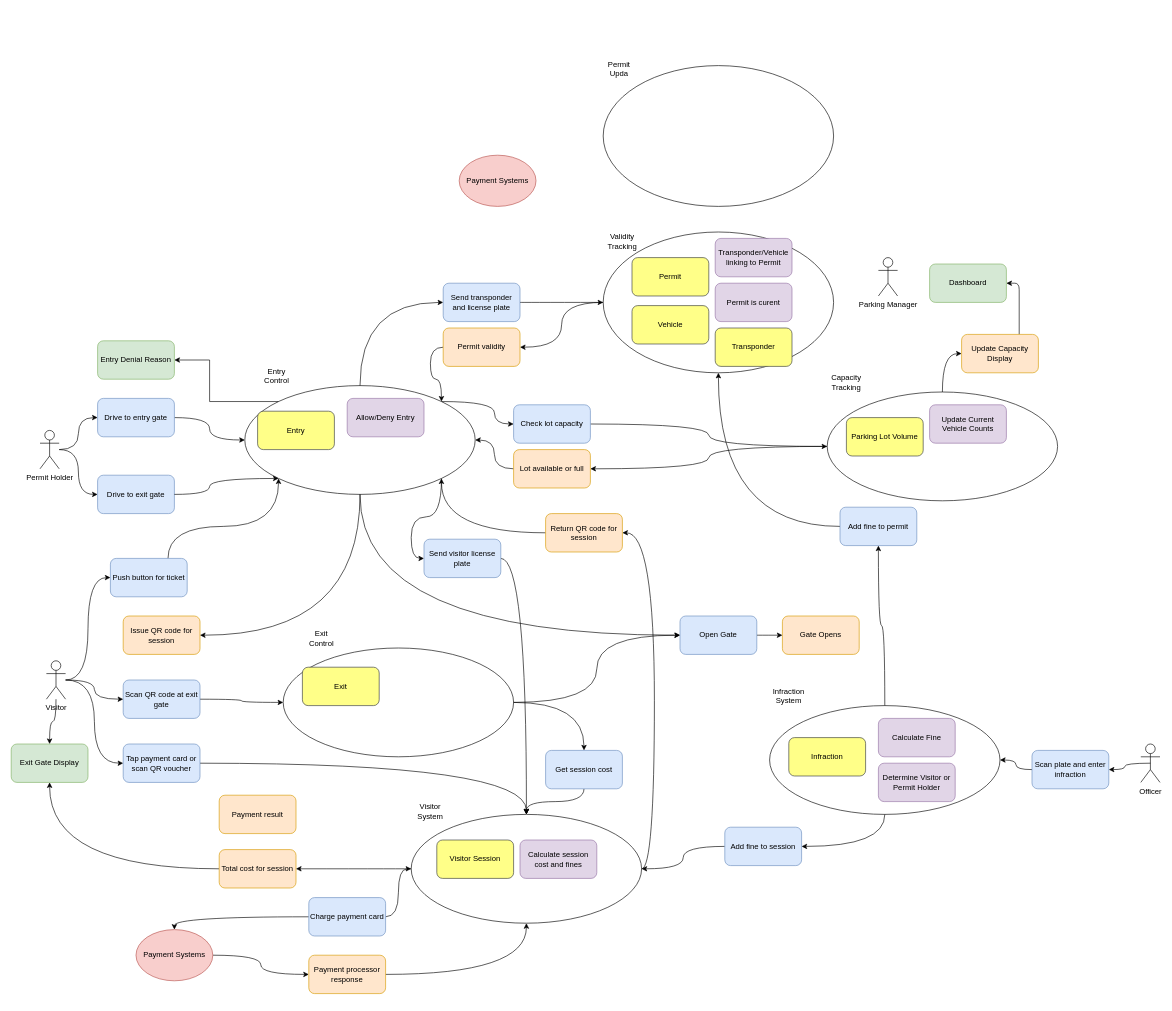
Before: mvp.drawio in harwoodr/drawio, a draw.io diagram. Source tidied: cells renumbered, new cells numbered last; positions are measured from the earlier drawing's top-left corner, leaving out a move shared by most shapes. Both pictures are drawn from the tidied source at 64%, with x=0, y=0 at pixel (11, 59).
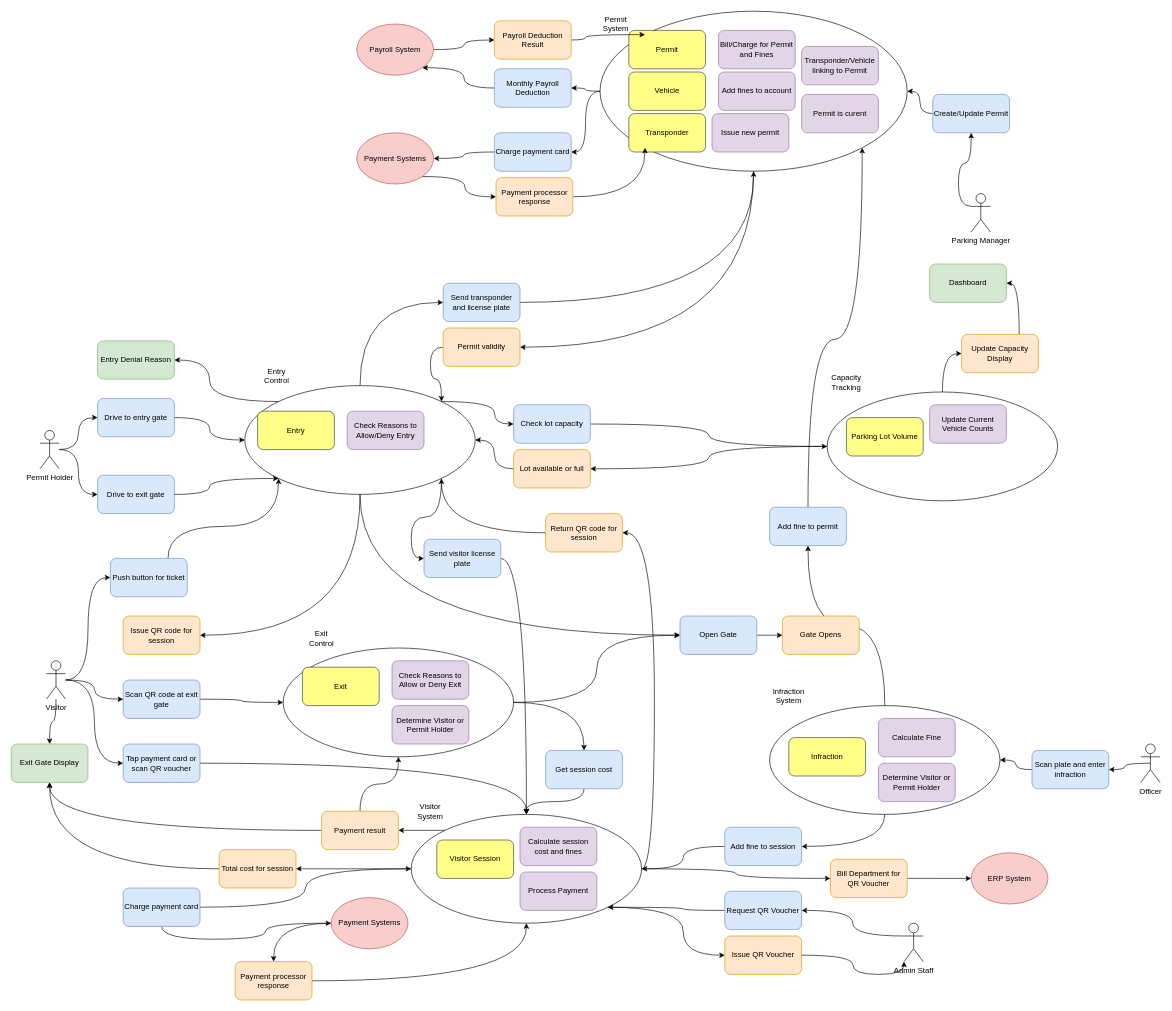
Above is the later version.

The change refers to these unchanged cells:
```xml
<mxCell id="11" style="ellipse;whiteSpace=wrap;html=1;fillColor=none;rounded=1;" parent="1" vertex="1">
  <mxGeometry x="365" y="510" width="360" height="170" as="geometry" />
</mxCell>
<mxCell id="13" style="ellipse;whiteSpace=wrap;html=1;fillColor=none;rounded=1;" parent="1" vertex="1">
  <mxGeometry x="625" y="1180" width="360" height="170" as="geometry" />
</mxCell>
<mxCell id="28" value="Exit Gate Display" style="rounded=1;whiteSpace=wrap;html=1;fillColor=#d5e8d4;strokeColor=#82b366;" parent="1" vertex="1">
  <mxGeometry y="1070" width="120" height="60" as="geometry" />
</mxCell>
<mxCell id="46" value="Send transponder and license plate" style="rounded=1;whiteSpace=wrap;html=1;fillColor=#dae8fc;strokeColor=#6c8ebf;" parent="1" vertex="1">
  <mxGeometry x="675" y="350" width="120" height="60" as="geometry" />
</mxCell>
<mxCell id="48" style="ellipse;whiteSpace=wrap;html=1;fillColor=none;rounded=1;" parent="1" vertex="1">
  <mxGeometry x="425" y="920" width="360" height="170" as="geometry" />
</mxCell>
<mxCell id="54" value="Permit validity" style="rounded=1;whiteSpace=wrap;html=1;fillColor=#ffe6cc;strokeColor=#d79b00;" parent="1" vertex="1">
  <mxGeometry x="675" y="420" width="120" height="60" as="geometry" />
</mxCell>
<mxCell id="69" value="Dashboard" style="rounded=1;whiteSpace=wrap;html=1;fillColor=#d5e8d4;strokeColor=#82b366;" parent="1" vertex="1">
  <mxGeometry x="1435" y="320" width="120" height="60" as="geometry" />
</mxCell>
<mxCell id="71" value="Update Capacity Display" style="rounded=1;whiteSpace=wrap;html=1;fillColor=#ffe6cc;strokeColor=#d79b00;" parent="1" vertex="1">
  <mxGeometry x="1485" y="430" width="120" height="60" as="geometry" />
</mxCell>
<mxCell id="100" value="Entry Denial Reason" style="rounded=1;whiteSpace=wrap;html=1;fillColor=#d5e8d4;strokeColor=#82b366;" parent="1" vertex="1">
  <mxGeometry x="135" y="440" width="120" height="60" as="geometry" />
</mxCell>
```

Change to the diagram source:
```diff
@@
+    <mxCell id="107" style="edgeStyle=orthogonalEdgeStyle;rounded=0;jettySize=auto;html=1;exitX=0;exitY=0.5;exitDx=0;exitDy=0;entryX=1;entryY=0.5;entryDx=0;entryDy=0;curved=1;" parent="1" edge="1" source="105" target="125">
+      <mxGeometry relative="1" as="geometry" />
+    </mxCell>
+    <mxCell id="108" style="edgeStyle=orthogonalEdgeStyle;rounded=0;jettySize=auto;html=1;exitX=0;exitY=0.5;exitDx=0;exitDy=0;entryX=1;entryY=0.5;entryDx=0;entryDy=0;curved=1;" parent="1" edge="1" source="105" target="129">
+      <mxGeometry relative="1" as="geometry" />
+    </mxCell>
+    <mxCell id="109" style="edgeStyle=orthogonalEdgeStyle;rounded=0;jettySize=auto;html=1;exitX=0.5;exitY=1;exitDx=0;exitDy=0;entryX=1;entryY=0.5;entryDx=0;entryDy=0;curved=1;" parent="1" edge="1" source="105" target="54">
+      <mxGeometry relative="1" as="geometry" />
+    </mxCell>
+    <mxCell id="105" style="ellipse;whiteSpace=wrap;html=1;fillColor=none;rounded=1;" parent="1" vertex="1">
+      <mxGeometry x="920" y="-75" width="480" height="250" as="geometry" />
+    </mxCell>
@@
-    <mxCell id="4" style="edgeStyle=orthogonalEdgeStyle;rounded=1;jettySize=auto;html=1;exitX=0;exitY=0.5;exitDx=0;exitDy=0;entryX=1;entryY=0.5;entryDx=0;entryDy=0;curved=1;" parent="1" edge="1" source="5" target="54">
-      <mxGeometry relative="1" as="geometry" />
-    </mxCell>
-    <mxCell id="5" style="ellipse;whiteSpace=wrap;html=1;fillColor=none;rounded=1;" parent="1" vertex="1">
-      <mxGeometry x="925" y="270" width="360" height="220" as="geometry" />
-    </mxCell>
@@
-    <mxCell id="10" style="edgeStyle=orthogonalEdgeStyle;rounded=0;jettySize=auto;html=1;exitX=0;exitY=0;exitDx=0;exitDy=0;entryX=1;entryY=0.5;entryDx=0;entryDy=0;" parent="1" edge="1" source="11" target="100">
+    <mxCell id="10" style="edgeStyle=orthogonalEdgeStyle;rounded=0;jettySize=auto;html=1;exitX=0;exitY=0;exitDx=0;exitDy=0;entryX=1;entryY=0.5;entryDx=0;entryDy=0;curved=1;" parent="1" edge="1" source="11" target="100">
       <mxGeometry relative="1" as="geometry" />
     </mxCell>
@@
+    <mxCell id="110" style="edgeStyle=orthogonalEdgeStyle;rounded=0;jettySize=auto;html=1;exitX=0;exitY=0;exitDx=0;exitDy=0;entryX=1;entryY=0.5;entryDx=0;entryDy=0;curved=1;" parent="1" edge="1" source="13" target="91">
+      <mxGeometry relative="1" as="geometry" />
+    </mxCell>
+    <mxCell id="111" style="edgeStyle=orthogonalEdgeStyle;rounded=0;jettySize=auto;html=1;exitX=1;exitY=1;exitDx=0;exitDy=0;entryX=0;entryY=0.5;entryDx=0;entryDy=0;curved=1;" parent="1" edge="1" source="13" target="139">
+      <mxGeometry relative="1" as="geometry" />
+    </mxCell>
+    <mxCell id="112" style="edgeStyle=orthogonalEdgeStyle;rounded=0;jettySize=auto;html=1;exitX=1;exitY=0.5;exitDx=0;exitDy=0;entryX=0;entryY=0.5;entryDx=0;entryDy=0;curved=1;" parent="1" edge="1" source="13" target="143">
+      <mxGeometry relative="1" as="geometry" />
+    </mxCell>
@@
-    <mxCell id="43" style="edgeStyle=orthogonalEdgeStyle;rounded=1;jettySize=auto;html=1;exitX=1;exitY=0.5;exitDx=0;exitDy=0;entryX=0;entryY=0.5;entryDx=0;entryDy=0;curved=1;" parent="1" edge="1" source="44" target="90">
+    <mxCell id="43" style="edgeStyle=orthogonalEdgeStyle;rounded=0;jettySize=auto;html=1;exitX=0;exitY=0.5;exitDx=0;exitDy=0;entryX=0.5;entryY=0;entryDx=0;entryDy=0;curved=1;" parent="1" edge="1" source="44" target="90">
       <mxGeometry relative="1" as="geometry" />
     </mxCell>
     <mxCell id="44" value="Payment Systems" style="ellipse;whiteSpace=wrap;html=1;fillColor=#f8cecc;strokeColor=#b85450;rounded=1;" parent="1" vertex="1">
-      <mxGeometry x="195" y="1360" width="120" height="80" as="geometry" />
+      <mxGeometry x="500" y="1310" width="120" height="80" as="geometry" />
     </mxCell>
-    <mxCell id="45" style="edgeStyle=orthogonalEdgeStyle;rounded=1;jettySize=auto;html=1;exitX=1;exitY=0.5;exitDx=0;exitDy=0;curved=1;" parent="1" edge="1" source="46" target="5">
+    <mxCell id="45" style="edgeStyle=orthogonalEdgeStyle;rounded=1;jettySize=auto;html=1;exitX=1;exitY=0.5;exitDx=0;exitDy=0;curved=1;entryX=0.5;entryY=1;entryDx=0;entryDy=0;" parent="1" edge="1" source="46" target="105">
       <mxGeometry relative="1" as="geometry" />
     </mxCell>
@@
     <mxCell id="55" value="Permit" style="rounded=1;whiteSpace=wrap;html=1;fillColor=#ffff88;strokeColor=#36393d;" parent="1" vertex="1">
-      <mxGeometry x="970" y="310" width="120" height="60" as="geometry" />
+      <mxGeometry x="965" y="-45" width="120" height="60" as="geometry" />
     </mxCell>
@@
-    <mxCell id="70" style="edgeStyle=orthogonalEdgeStyle;rounded=1;jettySize=auto;html=1;exitX=0.75;exitY=0;exitDx=0;exitDy=0;entryX=1;entryY=0.5;entryDx=0;entryDy=0;" parent="1" edge="1" source="71" target="69">
+    <mxCell id="70" style="edgeStyle=orthogonalEdgeStyle;rounded=1;jettySize=auto;html=1;exitX=0.75;exitY=0;exitDx=0;exitDy=0;entryX=1;entryY=0.5;entryDx=0;entryDy=0;curved=1;" parent="1" edge="1" source="71" target="69">
       <mxGeometry relative="1" as="geometry" />
     </mxCell>
@@
+    <mxCell id="113" style="edgeStyle=orthogonalEdgeStyle;rounded=0;jettySize=auto;html=1;exitX=0;exitY=0.3333333333333333;exitDx=0;exitDy=0;exitPerimeter=0;entryX=0.5;entryY=1;entryDx=0;entryDy=0;curved=1;" parent="1" edge="1" source="72" target="135">
+      <mxGeometry relative="1" as="geometry" />
+    </mxCell>
     <mxCell id="72" value="Parking Manager" style="shape=umlActor;verticalLabelPosition=bottom;verticalAlign=top;html=1;outlineConnect=0;rounded=1;" parent="1" vertex="1">
-      <mxGeometry x="1355" y="310" width="30" height="60" as="geometry" />
+      <mxGeometry x="1500" y="210" width="30" height="60" as="geometry" />
     </mxCell>
@@
-    <mxCell id="80" style="edgeStyle=orthogonalEdgeStyle;rounded=1;jettySize=auto;html=1;exitX=0;exitY=0.5;exitDx=0;exitDy=0;entryX=0.5;entryY=1;entryDx=0;entryDy=0;curved=1;" parent="1" edge="1" source="81" target="5">
+    <mxCell id="80" style="edgeStyle=orthogonalEdgeStyle;rounded=1;jettySize=auto;html=1;exitX=0.5;exitY=0;exitDx=0;exitDy=0;curved=1;entryX=1;entryY=1;entryDx=0;entryDy=0;" parent="1" edge="1" source="81" target="105">
       <mxGeometry relative="1" as="geometry" />
     </mxCell>
     <mxCell id="81" value="Add fine to permit" style="rounded=1;whiteSpace=wrap;html=1;fillColor=#dae8fc;strokeColor=#6c8ebf;" parent="1" vertex="1">
-      <mxGeometry x="1295" y="700" width="120" height="60" as="geometry" />
+      <mxGeometry x="1185" y="700" width="120" height="60" as="geometry" />
     </mxCell>
     <mxCell id="82" value="Calculate session cost and fines" style="rounded=1;whiteSpace=wrap;html=1;fillColor=#e1d5e7;strokeColor=#9673a6;" parent="1" vertex="1">
-      <mxGeometry x="795" y="1220" width="120" height="60" as="geometry" />
+      <mxGeometry x="795" y="1200" width="120" height="60" as="geometry" />
     </mxCell>
@@
-    <mxCell id="87" style="edgeStyle=orthogonalEdgeStyle;rounded=1;jettySize=auto;html=1;exitX=0;exitY=0.5;exitDx=0;exitDy=0;entryX=0.5;entryY=0;entryDx=0;entryDy=0;curved=1;" parent="1" edge="1" source="88" target="44">
+    <mxCell id="87" style="edgeStyle=orthogonalEdgeStyle;rounded=0;jettySize=auto;html=1;exitX=0.5;exitY=1;exitDx=0;exitDy=0;entryX=0;entryY=0.5;entryDx=0;entryDy=0;curved=1;" parent="1" edge="1" source="88" target="44">
       <mxGeometry relative="1" as="geometry" />
     </mxCell>
     <mxCell id="88" value="Charge payment card" style="rounded=1;whiteSpace=wrap;html=1;fillColor=#dae8fc;strokeColor=#6c8ebf;" parent="1" vertex="1">
-      <mxGeometry x="465" y="1310" width="120" height="60" as="geometry" />
+      <mxGeometry x="175" y="1295" width="120" height="60" as="geometry" />
     </mxCell>
@@
     <mxCell id="90" value="Payment processor response" style="rounded=1;whiteSpace=wrap;html=1;fillColor=#ffe6cc;strokeColor=#d79b00;" parent="1" vertex="1">
-      <mxGeometry x="465" y="1400" width="120" height="60" as="geometry" />
+      <mxGeometry x="350" y="1410" width="120" height="60" as="geometry" />
     </mxCell>
+    <mxCell id="114" style="edgeStyle=orthogonalEdgeStyle;rounded=0;jettySize=auto;html=1;entryX=0.5;entryY=1;entryDx=0;entryDy=0;curved=1;" parent="1" edge="1" source="91" target="48">
+      <mxGeometry relative="1" as="geometry" />
+    </mxCell>
+    <mxCell id="115" style="edgeStyle=orthogonalEdgeStyle;rounded=0;jettySize=auto;html=1;exitX=0;exitY=0.5;exitDx=0;exitDy=0;entryX=0.5;entryY=1;entryDx=0;entryDy=0;curved=1;" parent="1" edge="1" source="91" target="28">
+      <mxGeometry relative="1" as="geometry" />
+    </mxCell>
     <mxCell id="91" value="Payment result" style="rounded=1;whiteSpace=wrap;html=1;fillColor=#ffe6cc;strokeColor=#d79b00;" parent="1" vertex="1">
-      <mxGeometry x="325" y="1150" width="120" height="60" as="geometry" />
+      <mxGeometry x="485" y="1175" width="120" height="60" as="geometry" />
     </mxCell>
@@
-    <mxCell id="94" value="Validity Tracking" style="text;html=1;align=center;verticalAlign=middle;whiteSpace=wrap;rounded=0;" parent="1" vertex="1">
-      <mxGeometry x="925" y="260" width="60" height="50" as="geometry" />
-    </mxCell>
@@
     <mxCell id="98" value="Transponder/Vehicle linking to Permit" style="rounded=1;whiteSpace=wrap;html=1;fillColor=#e1d5e7;strokeColor=#9673a6;" parent="1" vertex="1">
-      <mxGeometry x="1100" y="280" width="120" height="60" as="geometry" />
+      <mxGeometry x="1235" y="-20" width="120" height="60" as="geometry" />
     </mxCell>
-    <mxCell id="99" value="Allow/Deny Entry" style="rounded=1;whiteSpace=wrap;html=1;fillColor=#e1d5e7;strokeColor=#9673a6;" parent="1" vertex="1">
-      <mxGeometry x="525" y="530" width="120" height="60" as="geometry" />
+    <mxCell id="99" value="Check Reasons to Allow/Deny Entry" style="rounded=1;whiteSpace=wrap;html=1;fillColor=#e1d5e7;strokeColor=#9673a6;" parent="1" vertex="1">
+      <mxGeometry x="525" y="550" width="120" height="60" as="geometry" />
     </mxCell>
@@
     <mxCell id="101" value="&lt;div&gt;Vehicle&lt;/div&gt;" style="rounded=1;whiteSpace=wrap;html=1;fillColor=#ffff88;strokeColor=#36393d;" parent="1" vertex="1">
-      <mxGeometry x="970" y="385" width="120" height="60" as="geometry" />
+      <mxGeometry x="965" y="20" width="120" height="60" as="geometry" />
     </mxCell>
     <mxCell id="102" value="Transponder" style="rounded=1;whiteSpace=wrap;html=1;fillColor=#ffff88;strokeColor=#36393d;" parent="1" vertex="1">
-      <mxGeometry x="1100" y="420" width="120" height="60" as="geometry" />
+      <mxGeometry x="965" y="85" width="120" height="60" as="geometry" />
     </mxCell>
     <mxCell id="103" value="Permit is curent" style="rounded=1;whiteSpace=wrap;html=1;fillColor=#e1d5e7;strokeColor=#9673a6;" parent="1" vertex="1">
-      <mxGeometry x="1100" y="350" width="120" height="60" as="geometry" />
+      <mxGeometry x="1235" y="55" width="120" height="60" as="geometry" />
     </mxCell>
+    <mxCell id="116" style="edgeStyle=orthogonalEdgeStyle;rounded=0;jettySize=auto;html=1;exitX=1;exitY=1;exitDx=0;exitDy=0;entryX=0;entryY=0.5;entryDx=0;entryDy=0;curved=1;" parent="1" edge="1" source="104" target="131">
+      <mxGeometry relative="1" as="geometry" />
+    </mxCell>
     <mxCell id="104" value="Payment Systems" style="ellipse;whiteSpace=wrap;html=1;fillColor=#f8cecc;strokeColor=#b85450;rounded=1;" parent="1" vertex="1">
-      <mxGeometry x="700" y="150" width="120" height="80" as="geometry" />
+      <mxGeometry x="540" y="115" width="120" height="80" as="geometry" />
     </mxCell>
-    <mxCell id="105" style="ellipse;whiteSpace=wrap;html=1;fillColor=none;rounded=1;" parent="1" vertex="1">
-      <mxGeometry x="925" y="10" width="360" height="220" as="geometry" />
-    </mxCell>
-    <mxCell id="106" value="Permit Upda" style="text;html=1;align=center;verticalAlign=middle;whiteSpace=wrap;rounded=0;" parent="1" vertex="1">
-      <mxGeometry x="920" width="60" height="30" as="geometry" />
+    <mxCell id="106" value="Permit System" style="text;html=1;align=center;verticalAlign=middle;whiteSpace=wrap;rounded=0;" parent="1" vertex="1">
+      <mxGeometry x="915" y="-70" width="60" height="30" as="geometry" />
     </mxCell>
+    <mxCell id="117" value="Bill/Charge for Permit and Fines" style="rounded=1;whiteSpace=wrap;html=1;fillColor=#e1d5e7;strokeColor=#9673a6;" parent="1" vertex="1">
+      <mxGeometry x="1105" y="-45" width="120" height="60" as="geometry" />
+    </mxCell>
+    <mxCell id="118" style="edgeStyle=orthogonalEdgeStyle;rounded=0;jettySize=auto;html=1;exitX=0;exitY=0.3333333333333333;exitDx=0;exitDy=0;exitPerimeter=0;entryX=1;entryY=0.5;entryDx=0;entryDy=0;curved=1;" parent="1" edge="1" source="119" target="138">
+      <mxGeometry relative="1" as="geometry" />
+    </mxCell>
+    <mxCell id="119" value="Admin Staff" style="shape=umlActor;verticalLabelPosition=bottom;verticalAlign=top;html=1;outlineConnect=0;rounded=1;" parent="1" vertex="1">
+      <mxGeometry x="1395" y="1350" width="30" height="60" as="geometry" />
+    </mxCell>
+    <mxCell id="120" value="Check Reasons to Allow or Deny Exit" style="rounded=1;whiteSpace=wrap;html=1;fillColor=#e1d5e7;strokeColor=#9673a6;" parent="1" vertex="1">
+      <mxGeometry x="595" y="940" width="120" height="60" as="geometry" />
+    </mxCell>
+    <mxCell id="121" value="Process Payment" style="rounded=1;whiteSpace=wrap;html=1;fillColor=#e1d5e7;strokeColor=#9673a6;" parent="1" vertex="1">
+      <mxGeometry x="795" y="1270" width="120" height="60" as="geometry" />
+    </mxCell>
+    <mxCell id="122" style="edgeStyle=orthogonalEdgeStyle;rounded=0;jettySize=auto;html=1;exitX=1;exitY=0.5;exitDx=0;exitDy=0;entryX=0;entryY=0.5;entryDx=0;entryDy=0;curved=1;" parent="1" edge="1" source="123" target="127">
+      <mxGeometry relative="1" as="geometry" />
+    </mxCell>
+    <mxCell id="123" value="Payroll System" style="ellipse;whiteSpace=wrap;html=1;fillColor=#f8cecc;strokeColor=#b85450;rounded=1;" parent="1" vertex="1">
+      <mxGeometry x="540" y="-55" width="120" height="80" as="geometry" />
+    </mxCell>
+    <mxCell id="124" style="edgeStyle=orthogonalEdgeStyle;rounded=0;jettySize=auto;html=1;exitX=0;exitY=0.5;exitDx=0;exitDy=0;entryX=1;entryY=1;entryDx=0;entryDy=0;curved=1;" parent="1" edge="1" source="125" target="123">
+      <mxGeometry relative="1" as="geometry" />
+    </mxCell>
+    <mxCell id="125" value="Monthly Payroll Deduction" style="rounded=1;whiteSpace=wrap;html=1;fillColor=#dae8fc;strokeColor=#6c8ebf;" parent="1" vertex="1">
+      <mxGeometry x="755" y="15" width="120" height="60" as="geometry" />
+    </mxCell>
+    <mxCell id="126" style="edgeStyle=orthogonalEdgeStyle;rounded=0;jettySize=auto;html=1;exitX=1;exitY=0.5;exitDx=0;exitDy=0;entryX=0;entryY=0;entryDx=0;entryDy=0;curved=1;" parent="1" edge="1" source="127" target="105">
+      <mxGeometry relative="1" as="geometry" />
+    </mxCell>
+    <mxCell id="127" value="Payroll Deduction Result" style="rounded=1;whiteSpace=wrap;html=1;fillColor=#ffe6cc;strokeColor=#d79b00;" parent="1" vertex="1">
+      <mxGeometry x="755" y="-60" width="120" height="60" as="geometry" />
+    </mxCell>
+    <mxCell id="128" style="edgeStyle=orthogonalEdgeStyle;rounded=0;jettySize=auto;html=1;exitX=0;exitY=0.5;exitDx=0;exitDy=0;entryX=1;entryY=0.5;entryDx=0;entryDy=0;curved=1;" parent="1" edge="1" source="129" target="104">
+      <mxGeometry relative="1" as="geometry" />
+    </mxCell>
+    <mxCell id="129" value="Charge payment card" style="rounded=1;whiteSpace=wrap;html=1;fillColor=#dae8fc;strokeColor=#6c8ebf;" parent="1" vertex="1">
+      <mxGeometry x="755" y="115" width="120" height="60" as="geometry" />
+    </mxCell>
+    <mxCell id="130" style="edgeStyle=orthogonalEdgeStyle;rounded=0;jettySize=auto;html=1;exitX=1;exitY=0.5;exitDx=0;exitDy=0;entryX=0;entryY=1;entryDx=0;entryDy=0;curved=1;" parent="1" edge="1" source="131" target="105">
+      <mxGeometry relative="1" as="geometry" />
+    </mxCell>
+    <mxCell id="131" value="Payment processor response" style="rounded=1;whiteSpace=wrap;html=1;fillColor=#ffe6cc;strokeColor=#d79b00;" parent="1" vertex="1">
+      <mxGeometry x="757.5" y="185" width="120" height="60" as="geometry" />
+    </mxCell>
+    <mxCell id="132" value="Add fines to account" style="rounded=1;whiteSpace=wrap;html=1;fillColor=#e1d5e7;strokeColor=#9673a6;" parent="1" vertex="1">
+      <mxGeometry x="1105" y="20" width="120" height="60" as="geometry" />
+    </mxCell>
+    <mxCell id="133" value="Issue new permit" style="rounded=1;whiteSpace=wrap;html=1;fillColor=#e1d5e7;strokeColor=#9673a6;" parent="1" vertex="1">
+      <mxGeometry x="1095" y="85" width="120" height="60" as="geometry" />
+    </mxCell>
+    <mxCell id="134" style="edgeStyle=orthogonalEdgeStyle;rounded=0;jettySize=auto;html=1;exitX=0;exitY=0.5;exitDx=0;exitDy=0;entryX=1;entryY=0.5;entryDx=0;entryDy=0;curved=1;" parent="1" edge="1" source="135" target="105">
+      <mxGeometry relative="1" as="geometry" />
+    </mxCell>
+    <mxCell id="135" value="Create/Update Permit" style="rounded=1;whiteSpace=wrap;html=1;fillColor=#dae8fc;strokeColor=#6c8ebf;" parent="1" vertex="1">
+      <mxGeometry x="1440" y="55" width="120" height="60" as="geometry" />
+    </mxCell>
+    <mxCell id="136" value="Determine Visitor or Permit Holder" style="rounded=1;whiteSpace=wrap;html=1;fillColor=#e1d5e7;strokeColor=#9673a6;" parent="1" vertex="1">
+      <mxGeometry x="595" y="1010" width="120" height="60" as="geometry" />
+    </mxCell>
+    <mxCell id="137" style="edgeStyle=orthogonalEdgeStyle;rounded=0;jettySize=auto;html=1;exitX=0;exitY=0.5;exitDx=0;exitDy=0;entryX=1;entryY=1;entryDx=0;entryDy=0;curved=1;" parent="1" edge="1" source="138" target="13">
+      <mxGeometry relative="1" as="geometry" />
+    </mxCell>
+    <mxCell id="138" value="Request QR Voucher" style="rounded=1;whiteSpace=wrap;html=1;fillColor=#dae8fc;strokeColor=#6c8ebf;" parent="1" vertex="1">
+      <mxGeometry x="1115" y="1300" width="120" height="60" as="geometry" />
+    </mxCell>
+    <mxCell id="139" value="Issue QR Voucher" style="rounded=1;whiteSpace=wrap;html=1;fillColor=#ffe6cc;strokeColor=#d79b00;" parent="1" vertex="1">
+      <mxGeometry x="1115" y="1370" width="120" height="60" as="geometry" />
+    </mxCell>
+    <mxCell id="140" style="edgeStyle=orthogonalEdgeStyle;rounded=0;jettySize=auto;html=1;exitX=1;exitY=0.5;exitDx=0;exitDy=0;entryX=0;entryY=1;entryDx=0;entryDy=0;entryPerimeter=0;curved=1;" parent="1" edge="1" source="139" target="119">
+      <mxGeometry relative="1" as="geometry" />
+    </mxCell>
+    <mxCell id="141" value="ERP System" style="ellipse;whiteSpace=wrap;html=1;fillColor=#f8cecc;strokeColor=#b85450;rounded=1;" parent="1" vertex="1">
+      <mxGeometry x="1500" y="1240" width="120" height="80" as="geometry" />
+    </mxCell>
+    <mxCell id="142" style="edgeStyle=orthogonalEdgeStyle;rounded=0;jettySize=auto;html=1;exitX=1;exitY=0.5;exitDx=0;exitDy=0;entryX=0;entryY=0.5;entryDx=0;entryDy=0;curved=1;" parent="1" edge="1" source="143" target="141">
+      <mxGeometry relative="1" as="geometry" />
+    </mxCell>
+    <mxCell id="143" value="Bill Department for QR Voucher" style="rounded=1;whiteSpace=wrap;html=1;fillColor=#ffe6cc;strokeColor=#d79b00;" parent="1" vertex="1">
+      <mxGeometry x="1280" y="1250" width="120" height="60" as="geometry" />
+    </mxCell>
```
